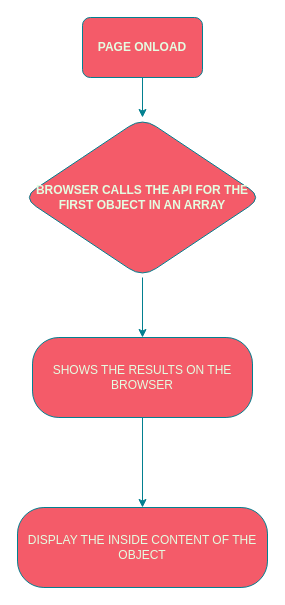
Earlier version of the draw.io diagram api.drawio (Ak1hir0o/mp2-react). Source tidied: cells renumbered, new cells numbered last; positions are measured from the earlier drawing's top-left corner, leaving out a move shared by most shapes. Both pictures are drawn from the tidied source at 100%, with x=0, y=0 at pixel (17, 17).
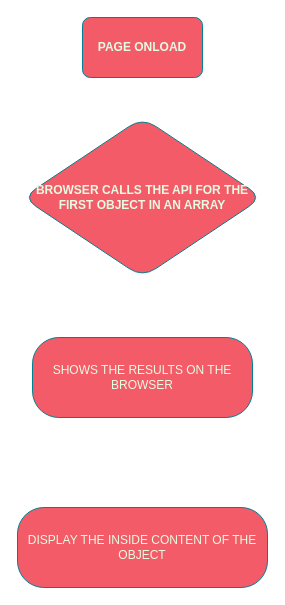
Above is the later version.

What changed in the source:
```diff
@@
 <mxGraphModel>
   <root>
     <mxCell id="0" />
     <mxCell id="1" parent="0" />
-    <mxCell id="2" style="edgeStyle=orthogonalEdgeStyle;rounded=0;jettySize=auto;html=1;strokeColor=#028090;fontColor=#E4FDE1;fillColor=#F45B69;" parent="1" edge="1" source="3" target="5">
+    <mxCell id="2" style="edgeStyle=orthogonalEdgeStyle;rounded=0;jettySize=auto;html=1;strokeColor=#ffffff;fontColor=#E4FDE1;fillColor=#F45B69;" parent="1" edge="1" source="3" target="5">
       <mxGeometry relative="1" as="geometry" />
     </mxCell>
     <mxCell id="3" value="&lt;b&gt;PAGE ONLOAD&lt;/b&gt;" style="rounded=1;whiteSpace=wrap;html=1;strokeColor=#028090;fontColor=#E4FDE1;fillColor=#F45B69;arcSize=13;" parent="1" vertex="1">
       <mxGeometry x="65" width="120" height="60" as="geometry" />
     </mxCell>
-    <mxCell id="4" style="edgeStyle=orthogonalEdgeStyle;rounded=0;jettySize=auto;html=1;strokeColor=#028090;fontColor=#E4FDE1;fillColor=#F45B69;" parent="1" edge="1" source="5" target="7">
+    <mxCell id="4" style="edgeStyle=orthogonalEdgeStyle;rounded=0;jettySize=auto;html=1;strokeColor=#ffffff;fontColor=#E4FDE1;fillColor=#F45B69;" parent="1" edge="1" source="5" target="7">
       <mxGeometry relative="1" as="geometry" />
     </mxCell>
     <mxCell id="5" value="&lt;b&gt;BROWSER CALLS THE API FOR THE FIRST OBJECT IN AN ARRAY&lt;/b&gt;" style="rhombus;whiteSpace=wrap;html=1;fillColor=#F45B69;strokeColor=#028090;fontColor=#E4FDE1;rounded=1;arcSize=33;" parent="1" vertex="1">
       <mxGeometry x="5" y="100" width="240" height="160" as="geometry" />
     </mxCell>
-    <mxCell id="6" style="edgeStyle=orthogonalEdgeStyle;rounded=0;jettySize=auto;html=1;strokeColor=#028090;fontColor=#E4FDE1;fillColor=#F45B69;" parent="1" edge="1" source="7" target="8">
+    <mxCell id="6" style="edgeStyle=orthogonalEdgeStyle;rounded=0;jettySize=auto;html=1;strokeColor=#ffffff;fontColor=#E4FDE1;fillColor=#F45B69;" parent="1" edge="1" source="7" target="8">
       <mxGeometry relative="1" as="geometry" />
     </mxCell>
     <mxCell id="7" value="SHOWS THE RESULTS ON THE BROWSER" style="whiteSpace=wrap;html=1;fillColor=#F45B69;strokeColor=#028090;fontColor=#E4FDE1;rounded=1;arcSize=33;" parent="1" vertex="1">
       <mxGeometry x="15" y="320" width="220" height="80" as="geometry" />
     </mxCell>
     <mxCell id="8" value="DISPLAY THE INSIDE CONTENT OF THE OBJECT" style="whiteSpace=wrap;html=1;fillColor=#F45B69;strokeColor=#028090;fontColor=#E4FDE1;rounded=1;arcSize=33;" parent="1" vertex="1">
       <mxGeometry y="490" width="250" height="80" as="geometry" />
     </mxCell>
   </root>
 </mxGraphModel>
```
